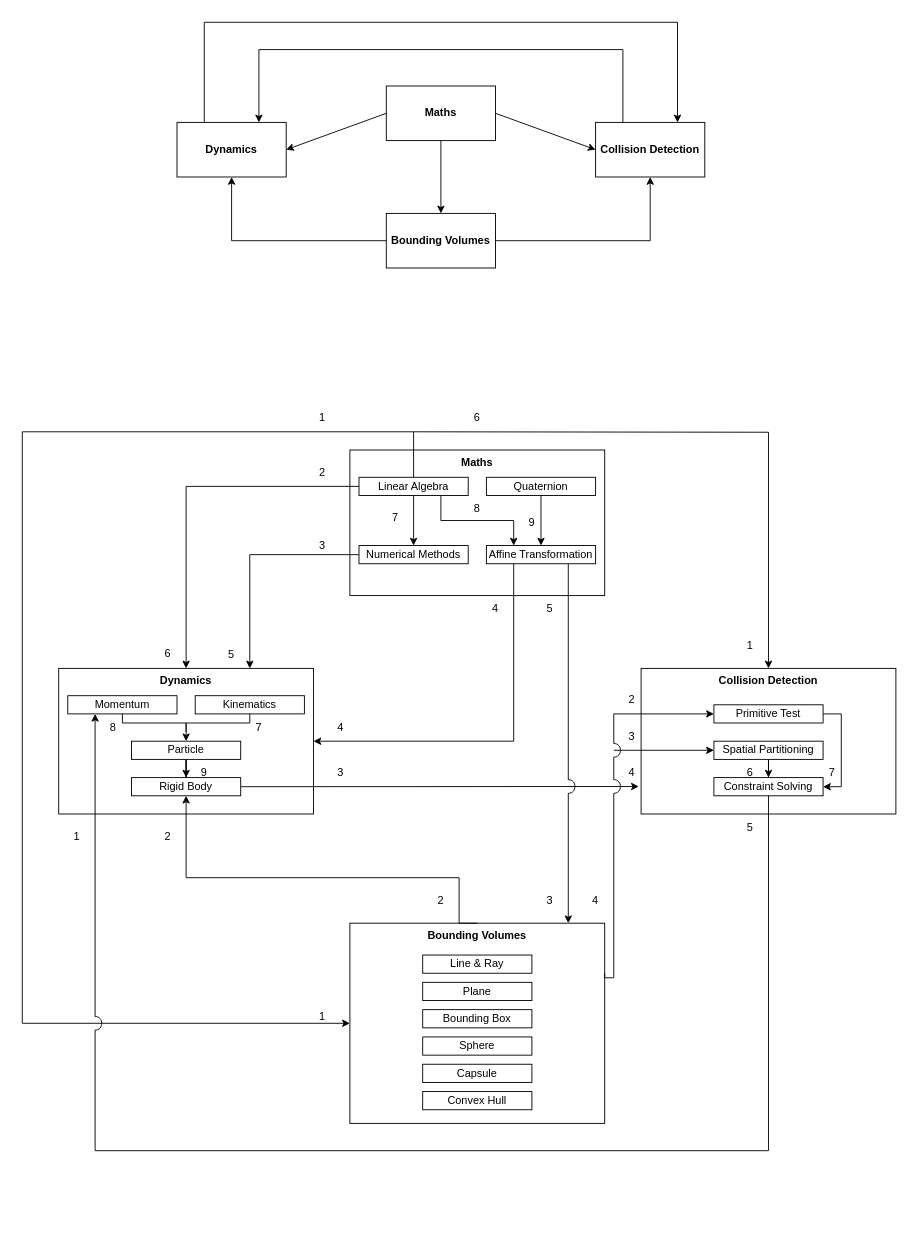
VoHoAnhTuan/Diagrams keeps this draw.io diagram as ADS.drawio. Above is the earlier version. Source tidied: cells renumbered, new cells numbered last; positions are measured from the earlier drawing's top-left corner, leaving out a move shared by most shapes. Both pictures are drawn from the tidied source at 91%, with x=0, y=0 at pixel (22, 22).
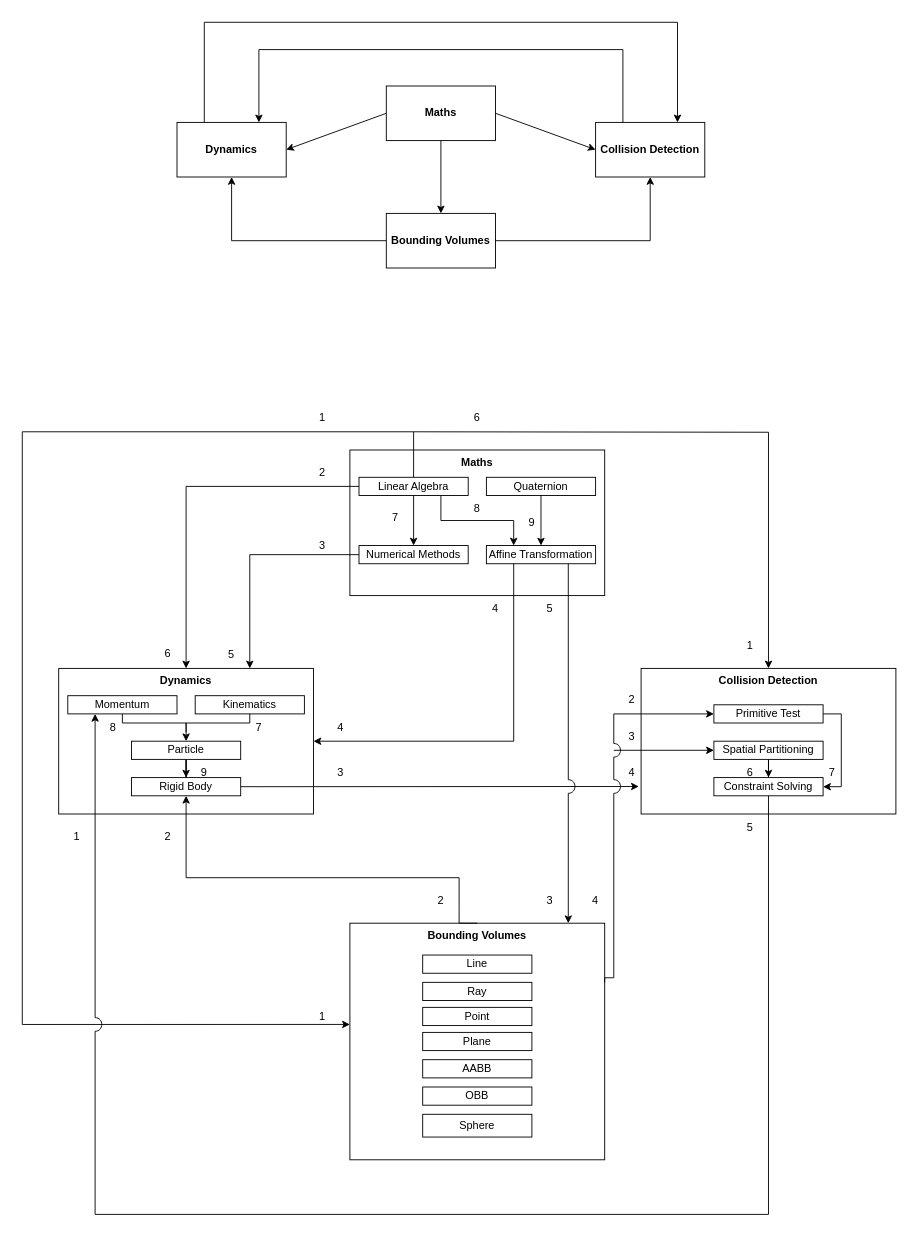
After the change.

Unchanged cells that the change refers to:
```xml
<mxCell id="19" value="Momentum" style="rounded=0;whiteSpace=wrap;html=1;" parent="1" vertex="1">
  <mxGeometry x="50" y="740" width="120" height="20" as="geometry" />
</mxCell>
<mxCell id="25" value="Linear Algebra" style="rounded=0;whiteSpace=wrap;html=1;" parent="1" vertex="1">
  <mxGeometry x="370" y="500" width="120" height="20" as="geometry" />
</mxCell>
<mxCell id="45" value="Constraint Solving" style="rounded=0;whiteSpace=wrap;html=1;" parent="1" vertex="1">
  <mxGeometry x="760" y="830" width="120" height="20" as="geometry" />
</mxCell>
<mxCell id="49" value="1" style="text;html=1;strokeColor=none;fillColor=none;align=center;verticalAlign=middle;rounded=0;whiteSpace=wrap;" parent="1" vertex="1">
  <mxGeometry x="300" y="1075" width="60" height="35" as="geometry" />
</mxCell>
```

Diff of the diagram source:
```diff
@@
     <mxCell id="16" value="Bounding Volumes" style="rounded=0;whiteSpace=wrap;html=1;verticalAlign=top;fontStyle=1;" parent="1" vertex="1">
-      <mxGeometry x="360" y="990" width="280" height="220" as="geometry" />
+      <mxGeometry x="360" y="990" width="280" height="260" as="geometry" />
     </mxCell>
@@
-    <mxCell id="24" style="edgeStyle=orthogonalEdgeStyle;rounded=0;jumpStyle=arc;jumpSize=15;jettySize=auto;html=1;exitX=0.5;exitY=0;exitDx=0;exitDy=0;entryX=0;entryY=0.5;entryDx=0;entryDy=0;" parent="1" edge="1" source="25" target="16">
+    <mxCell id="24" style="edgeStyle=orthogonalEdgeStyle;rounded=0;jumpStyle=arc;jumpSize=15;jettySize=auto;html=1;exitX=0.5;exitY=0;exitDx=0;exitDy=0;entryX=1;entryY=0.75;entryDx=0;entryDy=0;" parent="1" edge="1" source="25" target="49">
       <mxGeometry relative="1" as="geometry">
         <Array as="points">
           <mxPoint x="430" y="450" />
           <mxPoint y="450" />
-          <mxPoint y="1100" />
+          <mxPoint y="1101" />
         </Array>
       </mxGeometry>
     </mxCell>
@@
-    <mxCell id="34" value="Capsule" style="rounded=0;whiteSpace=wrap;html=1;" parent="1" vertex="1">
-      <mxGeometry x="440" y="1145" width="120" height="20" as="geometry" />
-    </mxCell>
@@
-    <mxCell id="37" value="Convex Hull" style="rounded=0;whiteSpace=wrap;html=1;" parent="1" vertex="1">
-      <mxGeometry x="440" y="1175" width="120" height="20" as="geometry" />
-    </mxCell>
     <mxCell id="38" value="Sphere" style="rounded=0;whiteSpace=wrap;html=1;" parent="1" vertex="1">
-      <mxGeometry x="440" y="1115" width="120" height="20" as="geometry" />
+      <mxGeometry x="440" y="1200" width="120" height="25" as="geometry" />
     </mxCell>
     <mxCell id="39" value="Plane" style="rounded=0;whiteSpace=wrap;html=1;" parent="1" vertex="1">
-      <mxGeometry x="440" y="1055" width="120" height="20" as="geometry" />
+      <mxGeometry x="440" y="1110" width="120" height="20" as="geometry" />
     </mxCell>
-    <mxCell id="40" value="Bounding Box" style="rounded=0;whiteSpace=wrap;html=1;" parent="1" vertex="1">
-      <mxGeometry x="440" y="1085" width="120" height="20" as="geometry" />
-    </mxCell>
-    <mxCell id="41" value="Line &amp;amp; Ray" style="rounded=0;whiteSpace=wrap;html=1;" parent="1" vertex="1">
+    <mxCell id="41" value="Line" style="rounded=0;whiteSpace=wrap;html=1;" parent="1" vertex="1">
       <mxGeometry x="440" y="1025" width="120" height="20" as="geometry" />
     </mxCell>
@@
-    <mxCell id="44" style="edgeStyle=orthogonalEdgeStyle;rounded=0;jumpStyle=arc;jumpSize=15;jettySize=auto;html=1;exitX=0.5;exitY=1;exitDx=0;exitDy=0;entryX=0.25;entryY=1;entryDx=0;entryDy=0;" parent="1" edge="1" source="45" target="19">
+    <mxCell id="44" style="edgeStyle=orthogonalEdgeStyle;rounded=0;jumpStyle=arc;jumpSize=15;jettySize=auto;html=1;exitX=0.5;exitY=1;exitDx=0;exitDy=0;entryX=0.25;entryY=1;entryDx=0;entryDy=0;shadow=0;" parent="1" edge="1" source="45" target="19">
       <mxGeometry relative="1" as="geometry">
         <Array as="points">
-          <mxPoint x="820" y="1240" />
-          <mxPoint x="80" y="1240" />
+          <mxPoint x="820" y="1310" />
+          <mxPoint x="80" y="1310" />
         </Array>
       </mxGeometry>
     </mxCell>
@@
+    <mxCell id="83" value="Ray" style="rounded=0;whiteSpace=wrap;html=1;" parent="1" vertex="1">
+      <mxGeometry x="440" y="1055" width="120" height="20" as="geometry" />
+    </mxCell>
+    <mxCell id="84" value="Point" style="rounded=0;whiteSpace=wrap;html=1;" parent="1" vertex="1">
+      <mxGeometry x="440" y="1082.5" width="120" height="20" as="geometry" />
+    </mxCell>
+    <mxCell id="85" value="AABB" style="rounded=0;whiteSpace=wrap;html=1;" parent="1" vertex="1">
+      <mxGeometry x="440" y="1140" width="120" height="20" as="geometry" />
+    </mxCell>
+    <mxCell id="86" value="OBB" style="rounded=0;whiteSpace=wrap;html=1;" parent="1" vertex="1">
+      <mxGeometry x="440" y="1170" width="120" height="20" as="geometry" />
+    </mxCell>
```
